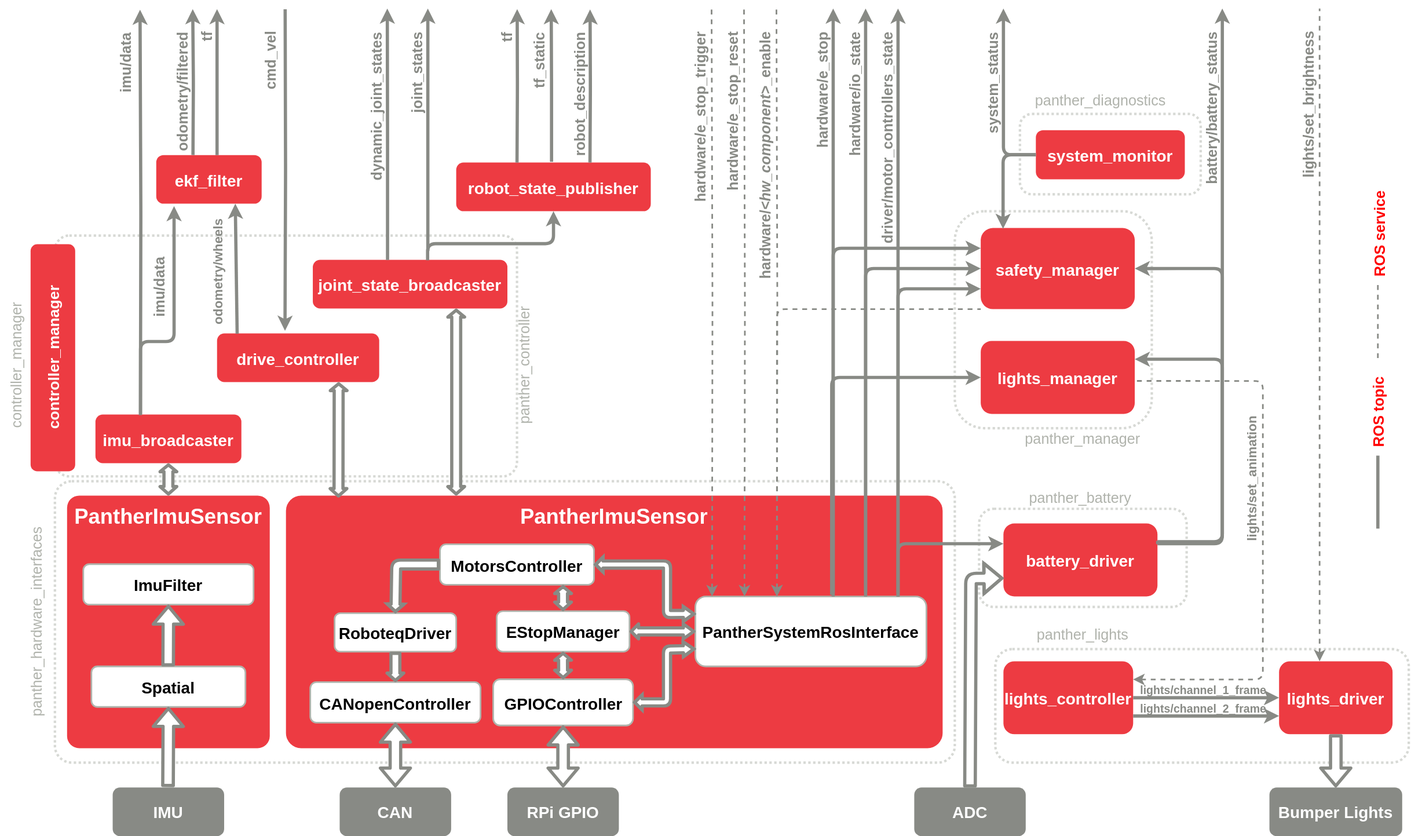
Before: .docs/panther_ros2_api.drawio.svg, a diagram exported from draw.io (husarion/panther_ros). Source tidied: cells renumbered, new cells last; positions are measured from the earlier drawing's top-left corner, leaving out a move shared by most shapes.
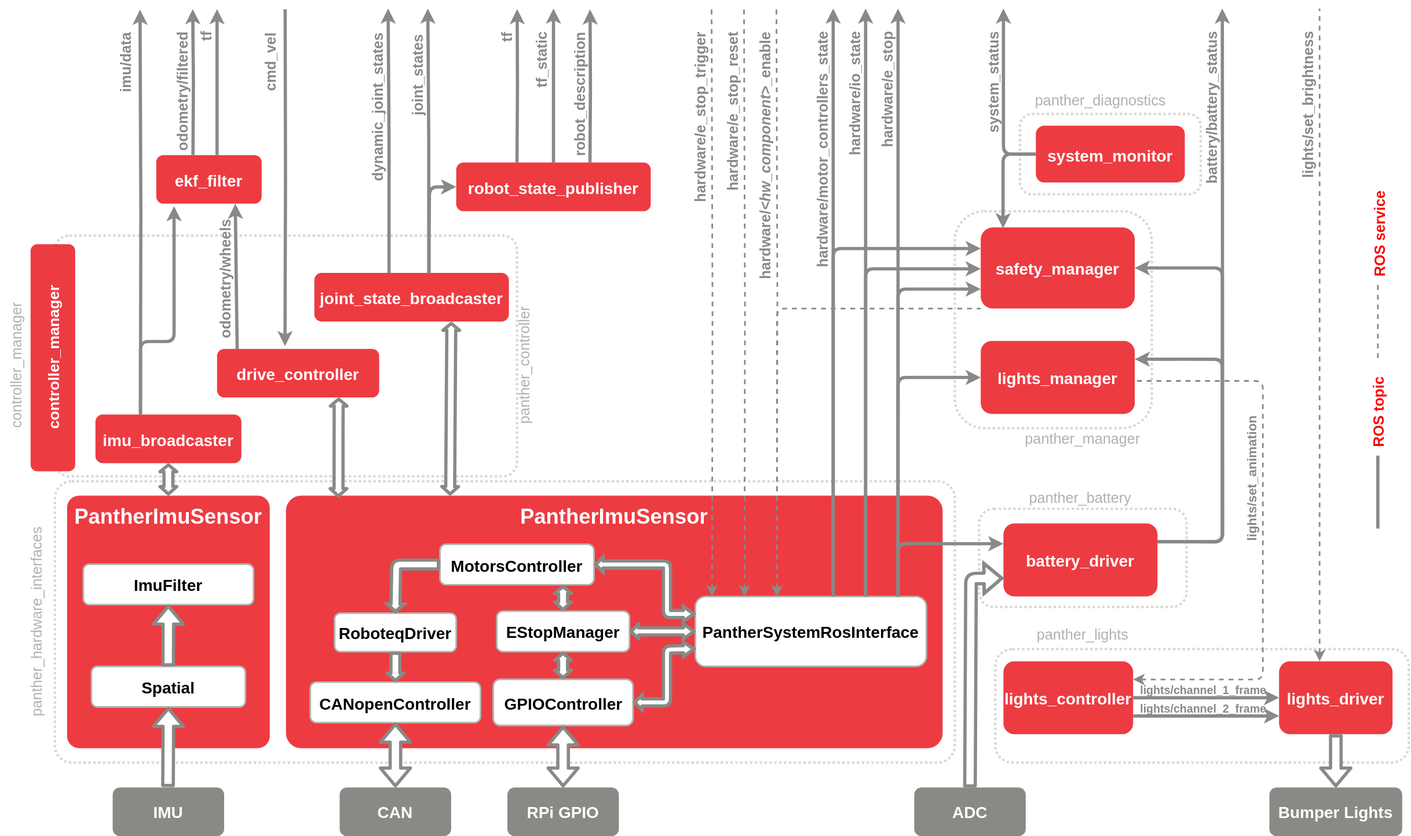
After the commit.

Commit message:
Add last Dawid suggestions

The edit, as a diff of the source:
```diff
@@ -131,10 +131,10 @@
       <mxGeometry x="197" y="500.7" width="180" height="60" as="geometry" />
     </mxCell>
     <mxCell id="37" value="&lt;font style=&quot;font-size: 20px;&quot;&gt;joint_state_broadcaster&lt;/font&gt;" style="rounded=1;whiteSpace=wrap;html=1;strokeColor=none;fillColor=#ed3b42;fontColor=#ffffff;fontSize=19;fontFamily=Helvetica;spacing=2;spacingTop=4;fontStyle=1;" parent="1" vertex="1">
-      <mxGeometry x="465.1" y="310" width="240" height="60" as="geometry" />
+      <mxGeometry x="467" y="326" width="240" height="60" as="geometry" />
     </mxCell>
     <mxCell id="38" value="&lt;font style=&quot;font-size: 20px;&quot;&gt;drive_controller&lt;/font&gt;" style="rounded=1;whiteSpace=wrap;html=1;strokeColor=none;fillColor=#ed3b42;fontColor=#ffffff;fontSize=19;fontFamily=Helvetica;spacing=2;spacingTop=4;fontStyle=1;" parent="1" vertex="1">
-      <mxGeometry x="347" y="400.7" width="200" height="60" as="geometry" />
+      <mxGeometry x="347" y="419.7" width="200" height="60" as="geometry" />
     </mxCell>
     <mxCell id="39" value="&lt;div style=&quot;text-align: left;&quot;&gt;&lt;span style=&quot;background-color: initial;&quot;&gt;controller_manager&lt;/span&gt;&lt;/div&gt;" style="rounded=1;whiteSpace=wrap;html=1;strokeColor=none;fillColor=#ed3b42;fontColor=#FFFFFF;fontSize=19;fontFamily=Helvetica;spacing=2;spacingTop=4;fontStyle=1;direction=north;horizontal=0;" parent="1" vertex="1">
       <mxGeometry x="117" y="290.7" width="55" height="280" as="geometry" />
@@ -148,11 +148,8 @@
     <mxCell id="42" style="shape=flexArrow;endArrow=classic;html=1;rounded=1;strokeColor=#888a85;strokeWidth=4;fontFamily=Helvetica;fontSize=20;fontColor=#ffffff;labelBackgroundColor=default;fillColor=#FFFFFF;startArrow=block;entryX=0.5;entryY=0;entryDx=0;entryDy=0;width=8;startSize=1.5064814814814813;startWidth=5.555555555555555;endWidth=5.555555555555555;endSize=1.7222222222222223;exitX=0.5;exitY=1;exitDx=0;exitDy=0;" parent="1" edge="1" source="36" target="40">
       <mxGeometry relative="1" as="geometry" />
     </mxCell>
-    <mxCell id="43" style="shape=flexArrow;endArrow=classic;html=1;rounded=1;strokeColor=#888a85;strokeWidth=4;fontFamily=Helvetica;fontSize=20;fontColor=#ffffff;labelBackgroundColor=default;fillColor=#FFFFFF;startArrow=block;entryX=0.5;entryY=0;entryDx=0;entryDy=0;width=8;startSize=1.5064814814814813;startWidth=5.555555555555555;endWidth=5.555555555555555;endSize=1.7222222222222223;" parent="1" edge="1">
-      <mxGeometry relative="1" as="geometry">
-        <mxPoint x="642" y="370" as="sourcePoint" />
-        <mxPoint x="642" y="600.7" as="targetPoint" />
-      </mxGeometry>
+    <mxCell id="43" style="shape=flexArrow;endArrow=classic;html=1;rounded=1;strokeColor=#888a85;strokeWidth=4;fontFamily=Helvetica;fontSize=20;fontColor=#ffffff;labelBackgroundColor=default;fillColor=#FFFFFF;startArrow=block;entryX=0.25;entryY=0;entryDx=0;entryDy=0;width=8;startSize=1.5064814814814813;startWidth=5.555555555555555;endWidth=5.555555555555555;endSize=1.7222222222222223;exitX=0.704;exitY=1.006;exitDx=0;exitDy=0;exitPerimeter=0;" parent="1" edge="1" source="37" target="15">
+      <mxGeometry relative="1" as="geometry" />
     </mxCell>
     <mxCell id="44" style="shape=flexArrow;endArrow=classic;html=1;rounded=1;strokeColor=#888a85;strokeWidth=4;fontFamily=Helvetica;fontSize=20;fontColor=#ffffff;labelBackgroundColor=default;fillColor=#FFFFFF;startArrow=block;entryX=0.08;entryY=0.008;entryDx=0;entryDy=0;width=8;startSize=1.5064814814814813;startWidth=5.555555555555555;endWidth=5.555555555555555;endSize=1.7222222222222223;exitX=0.75;exitY=1;exitDx=0;exitDy=0;entryPerimeter=0;" parent="1" edge="1" source="38" target="15">
       <mxGeometry relative="1" as="geometry" />
@@ -182,8 +179,8 @@
         <mxPoint x="252" y="1.4" as="targetPoint" />
       </mxGeometry>
     </mxCell>
-    <mxCell id="51" value="&lt;b&gt;&lt;font style=&quot;font-size: 16px;&quot;&gt;odometry/wheels&lt;/font&gt;&lt;/b&gt;" style="shape=connector;rounded=1;jettySize=auto;html=1;labelBackgroundColor=none;strokeColor=#888a85;strokeWidth=4;fontFamily=Helvetica;fontSize=18;fontColor=#888a85;startArrow=none;startFill=0;endArrow=classic;horizontal=0;entryX=0.75;entryY=1;entryDx=0;entryDy=0;align=left;exitX=0.124;exitY=0.006;exitDx=0;exitDy=0;exitPerimeter=0;" parent="1" edge="1" source="38" target="45">
-      <mxGeometry x="-0.87" y="25" relative="1" as="geometry" />
+    <mxCell id="51" value="&lt;b&gt;&lt;font style=&quot;font-size: 18px;&quot;&gt;odometry/wheels&lt;/font&gt;&lt;/b&gt;" style="shape=connector;rounded=1;jettySize=auto;html=1;labelBackgroundColor=none;strokeColor=#888a85;strokeWidth=4;fontFamily=Helvetica;fontSize=18;fontColor=#888a85;startArrow=none;startFill=0;endArrow=classic;horizontal=0;entryX=0.75;entryY=1;entryDx=0;entryDy=0;align=left;exitX=0.124;exitY=0.006;exitDx=0;exitDy=0;exitPerimeter=0;" parent="1" edge="1" source="38" target="45">
+      <mxGeometry x="-0.86" y="15" relative="1" as="geometry" />
     </mxCell>
     <mxCell id="52" value="&lt;b&gt;odometry/filtered&lt;/b&gt;" style="edgeStyle=orthogonalEdgeStyle;shape=connector;rounded=1;orthogonalLoop=1;jettySize=auto;html=1;labelBackgroundColor=none;strokeColor=#888a85;strokeWidth=4;fontFamily=Helvetica;fontSize=18;fontColor=#888a85;startArrow=none;startFill=0;endArrow=classic;horizontal=0;align=right;exitX=0.5;exitY=0;exitDx=0;exitDy=0;" parent="1" edge="1">
       <mxGeometry x="0.68" y="10" relative="1" as="geometry">
@@ -199,12 +196,8 @@
         </Array>
       </mxGeometry>
     </mxCell>
-    <mxCell id="54" value="&lt;b style=&quot;color: rgb(136, 138, 133); font-size: 18px; text-align: right;&quot;&gt;imu/data&lt;/b&gt;" style="text;html=1;align=center;verticalAlign=middle;strokeColor=none;fillColor=none;horizontal=0;fontSize=13;" parent="1" vertex="1">
-      <mxGeometry x="252" y="299.1" width="50" height="90" as="geometry" />
-    </mxCell>
-    <mxCell id="55" value="&lt;b&gt;joint_states&lt;/b&gt;" style="edgeStyle=orthogonalEdgeStyle;shape=connector;rounded=1;orthogonalLoop=1;jettySize=auto;html=1;labelBackgroundColor=none;strokeColor=#888a85;strokeWidth=4;fontFamily=Helvetica;fontSize=18;fontColor=#888a85;startArrow=none;startFill=0;endArrow=classic;horizontal=0;exitX=0.487;exitY=0.012;exitDx=0;exitDy=0;align=right;exitPerimeter=0;" parent="1" edge="1">
+    <mxCell id="55" value="&lt;b&gt;joint_states&lt;/b&gt;" style="edgeStyle=orthogonalEdgeStyle;shape=connector;rounded=1;jettySize=auto;html=1;labelBackgroundColor=none;strokeColor=#888a85;strokeWidth=4;fontFamily=Helvetica;fontSize=18;fontColor=#888a85;startArrow=none;startFill=0;endArrow=classic;horizontal=0;exitX=0.588;exitY=0.013;exitDx=0;exitDy=0;align=right;exitPerimeter=0;" parent="1" edge="1" source="37">
       <mxGeometry x="0.8" y="10" relative="1" as="geometry">
-        <mxPoint x="607" y="299.1" as="sourcePoint" />
         <mxPoint x="607" as="targetPoint" />
       </mxGeometry>
     </mxCell>
@@ -215,16 +208,16 @@
     </mxCell>
     <mxCell id="57" value="&lt;b&gt;dynamic_joint_states&lt;/b&gt;" style="edgeStyle=orthogonalEdgeStyle;shape=connector;rounded=1;jettySize=auto;html=1;labelBackgroundColor=none;strokeColor=#888a85;strokeWidth=4;fontFamily=Helvetica;fontSize=18;fontColor=#888a85;startArrow=none;startFill=0;endArrow=classic;horizontal=0;exitX=0.384;exitY=0.002;exitDx=0;exitDy=0;align=right;exitPerimeter=0;" parent="1" edge="1" source="37">
       <mxGeometry x="0.81" y="10" relative="1" as="geometry">
-        <mxPoint x="557" as="targetPoint" />
+        <mxPoint x="558" as="targetPoint" />
       </mxGeometry>
     </mxCell>
-    <mxCell id="58" value="&lt;b&gt;driver/motor_controllers_state&lt;/b&gt;" style="edgeStyle=orthogonalEdgeStyle;shape=connector;rounded=1;orthogonalLoop=1;jettySize=auto;html=1;labelBackgroundColor=none;strokeColor=#888a85;strokeWidth=4;fontFamily=Helvetica;fontSize=18;fontColor=#888a85;startArrow=none;startFill=0;endArrow=classic;horizontal=0;exitX=0.332;exitY=-0.027;exitDx=0;exitDy=0;align=right;exitPerimeter=0;" parent="1" edge="1">
+    <mxCell id="58" value="&lt;b style=&quot;text-align: center;&quot;&gt;&amp;nbsp;hardware/e_stop&lt;/b&gt;" style="edgeStyle=orthogonalEdgeStyle;shape=connector;rounded=1;orthogonalLoop=1;jettySize=auto;html=1;labelBackgroundColor=none;strokeColor=#888a85;strokeWidth=4;fontFamily=Helvetica;fontSize=18;fontColor=#888a85;startArrow=none;startFill=0;endArrow=classic;horizontal=0;exitX=0.332;exitY=-0.027;exitDx=0;exitDy=0;align=right;exitPerimeter=0;" parent="1" edge="1">
       <mxGeometry x="0.92" y="10" relative="1" as="geometry">
         <mxPoint x="1187" y="725.1" as="sourcePoint" />
         <mxPoint x="1187" as="targetPoint" />
       </mxGeometry>
     </mxCell>
-    <mxCell id="59" value="&lt;b style=&quot;text-align: center;&quot;&gt;&amp;nbsp;hardware/e_stop&lt;/b&gt;" style="edgeStyle=orthogonalEdgeStyle;shape=connector;rounded=1;orthogonalLoop=1;jettySize=auto;html=1;labelBackgroundColor=none;strokeColor=#888a85;strokeWidth=4;fontFamily=Helvetica;fontSize=18;fontColor=#888a85;startArrow=none;startFill=0;endArrow=classic;horizontal=0;exitX=0.332;exitY=-0.027;exitDx=0;exitDy=0;align=right;exitPerimeter=0;" parent="1" edge="1">
+    <mxCell id="59" value="&lt;b&gt;hardware/motor_controllers_state&lt;/b&gt;" style="edgeStyle=orthogonalEdgeStyle;shape=connector;rounded=1;orthogonalLoop=1;jettySize=auto;html=1;labelBackgroundColor=none;strokeColor=#888a85;strokeWidth=4;fontFamily=Helvetica;fontSize=18;fontColor=#888a85;startArrow=none;startFill=0;endArrow=classic;horizontal=0;exitX=0.332;exitY=-0.027;exitDx=0;exitDy=0;align=right;exitPerimeter=0;" parent="1" edge="1">
       <mxGeometry x="0.92" y="10" relative="1" as="geometry">
         <mxPoint x="1107" y="725.1" as="sourcePoint" />
         <mxPoint x="1107" as="targetPoint" />
@@ -269,9 +262,9 @@
         <mxPoint x="717.2" y="0.7" as="targetPoint" />
       </mxGeometry>
     </mxCell>
-    <mxCell id="67" value="&lt;b&gt;tf_static&lt;/b&gt;" style="edgeStyle=orthogonalEdgeStyle;shape=connector;rounded=1;jettySize=auto;html=1;labelBackgroundColor=none;strokeColor=#888a85;strokeWidth=4;fontFamily=Helvetica;fontSize=18;fontColor=#888a85;startArrow=none;startFill=0;endArrow=classic;horizontal=0;align=right;exitX=0.49;exitY=-0.015;exitDx=0;exitDy=0;exitPerimeter=0;" parent="1" edge="1" source="64">
+    <mxCell id="67" value="&lt;b&gt;tf_static&lt;/b&gt;" style="edgeStyle=orthogonalEdgeStyle;shape=connector;rounded=1;jettySize=auto;html=1;labelBackgroundColor=none;strokeColor=#888a85;strokeWidth=4;fontFamily=Helvetica;fontSize=18;fontColor=#888a85;startArrow=none;startFill=0;endArrow=classic;horizontal=0;align=right;exitX=0.5;exitY=0;exitDx=0;exitDy=0;" parent="1" edge="1" source="64">
       <mxGeometry x="0.68" y="12" relative="1" as="geometry">
-        <mxPoint x="759.2" y="0.7" as="targetPoint" />
+        <mxPoint x="762" as="targetPoint" />
         <mxPoint y="-1" as="offset" />
       </mxGeometry>
     </mxCell>
@@ -281,14 +274,9 @@
         <mxPoint x="347" y="0.7" as="targetPoint" />
       </mxGeometry>
     </mxCell>
-    <mxCell id="69" value="&lt;b style=&quot;text-align: left;&quot;&gt;battery/battery_status&lt;/b&gt;" style="edgeStyle=orthogonalEdgeStyle;shape=connector;rounded=1;orthogonalLoop=1;jettySize=auto;html=1;labelBackgroundColor=none;strokeColor=#888a85;strokeWidth=4;fontFamily=Helvetica;fontSize=18;fontColor=#888a85;startArrow=none;startFill=0;endArrow=classic;horizontal=0;align=right;" parent="1" edge="1">
+    <mxCell id="69" value="&lt;b style=&quot;text-align: left;&quot;&gt;battery/battery_status&lt;/b&gt;" style="edgeStyle=orthogonalEdgeStyle;shape=connector;rounded=1;jettySize=auto;html=1;labelBackgroundColor=none;strokeColor=#888a85;strokeWidth=4;fontFamily=Helvetica;fontSize=18;fontColor=#888a85;startArrow=none;startFill=0;endArrow=classic;horizontal=0;align=right;exitX=1;exitY=0.25;exitDx=0;exitDy=0;" parent="1" edge="1" source="32">
       <mxGeometry x="0.92" y="10" relative="1" as="geometry">
-        <mxPoint x="1507" y="660" as="sourcePoint" />
         <mxPoint x="1587" as="targetPoint" />
-        <Array as="points">
-          <mxPoint x="1507" y="660" />
-          <mxPoint x="1587" y="660" />
-        </Array>
       </mxGeometry>
     </mxCell>
     <mxCell id="70" style="edgeStyle=orthogonalEdgeStyle;shape=connector;rounded=1;jettySize=auto;html=1;labelBackgroundColor=none;strokeColor=#888a85;strokeWidth=4;fontFamily=Helvetica;fontSize=18;fontColor=#888a85;startArrow=none;startFill=0;endArrow=classic;horizontal=0;align=right;jumpStyle=arc;jumpSize=6;" parent="1" edge="1" target="32">
@@ -336,10 +324,10 @@
       </mxGeometry>
     </mxCell>
     <mxCell id="79" value="&lt;font style=&quot;font-size: 20px;&quot;&gt;safety_manager&lt;/font&gt;" style="rounded=1;whiteSpace=wrap;html=1;strokeColor=none;fillColor=#ed3b42;fontColor=#ffffff;fontSize=19;fontFamily=Helvetica;spacing=2;spacingTop=4;fontStyle=1;" parent="1" vertex="1">
-      <mxGeometry x="1289" y="270.7" width="190" height="100" as="geometry" />
+      <mxGeometry x="1289" y="270" width="190" height="100" as="geometry" />
     </mxCell>
     <mxCell id="80" value="&lt;font style=&quot;font-size: 20px;&quot;&gt;system_monitor&lt;/font&gt;" style="rounded=1;whiteSpace=wrap;html=1;strokeColor=none;fillColor=#ed3b42;fontColor=#ffffff;fontSize=19;fontFamily=Helvetica;spacing=2;spacingTop=4;fontStyle=1;" parent="1" vertex="1">
-      <mxGeometry x="1357" y="150" width="183.8" height="60.7" as="geometry" />
+      <mxGeometry x="1357" y="144.6" width="183.8" height="70" as="geometry" />
     </mxCell>
     <mxCell id="81" value="&lt;b&gt;system_status&lt;/b&gt;" style="edgeStyle=orthogonalEdgeStyle;shape=connector;rounded=1;jettySize=auto;html=1;labelBackgroundColor=none;strokeColor=#888a85;strokeWidth=4;fontFamily=Helvetica;fontSize=18;fontColor=#888a85;startArrow=none;startFill=0;endArrow=classic;horizontal=0;align=right;exitX=0;exitY=0.5;exitDx=0;exitDy=0;" parent="1" edge="1" source="80">
       <mxGeometry x="0.73" y="10" relative="1" as="geometry">
@@ -389,19 +377,20 @@
         </Array>
       </mxGeometry>
     </mxCell>
-    <mxCell id="87" style="edgeStyle=orthogonalEdgeStyle;shape=connector;rounded=1;jettySize=auto;html=1;labelBackgroundColor=none;strokeColor=#888a85;strokeWidth=4;fontFamily=Helvetica;fontSize=18;fontColor=#888a85;startArrow=none;startFill=0;endArrow=classic;horizontal=1;align=left;exitX=0.991;exitY=0.26;exitDx=0;exitDy=0;exitPerimeter=0;entryX=1;entryY=0.5;entryDx=0;entryDy=0;fontStyle=1;" parent="1" edge="1" source="32" target="79">
+    <mxCell id="87" style="edgeStyle=orthogonalEdgeStyle;shape=connector;rounded=1;jettySize=auto;html=1;labelBackgroundColor=none;strokeColor=#888a85;strokeWidth=4;fontFamily=Helvetica;fontSize=18;fontColor=#888a85;startArrow=none;startFill=0;endArrow=classic;horizontal=1;align=left;exitX=1;exitY=0.25;exitDx=0;exitDy=0;entryX=1;entryY=0.5;entryDx=0;entryDy=0;fontStyle=1;" parent="1" edge="1" source="32" target="79">
       <mxGeometry x="-0.1" y="-22" relative="1" as="geometry">
         <Array as="points">
-          <mxPoint x="1587" y="659" />
-          <mxPoint x="1587" y="320" />
+          <mxPoint x="1543" y="658" />
+          <mxPoint x="1587" y="658" />
+          <mxPoint x="1587" y="321" />
         </Array>
       </mxGeometry>
     </mxCell>
-    <mxCell id="88" style="edgeStyle=orthogonalEdgeStyle;shape=connector;rounded=1;jettySize=auto;html=1;labelBackgroundColor=none;strokeColor=#888a85;strokeWidth=4;fontFamily=Helvetica;fontSize=18;fontColor=#888a85;startArrow=none;startFill=0;endArrow=classic;horizontal=0;exitX=0.59;exitY=0.007;exitDx=0;exitDy=0;align=right;exitPerimeter=0;entryX=0.5;entryY=1;entryDx=0;entryDy=0;" parent="1" edge="1" source="37" target="64">
+    <mxCell id="88" style="edgeStyle=orthogonalEdgeStyle;shape=connector;rounded=1;jettySize=auto;html=1;labelBackgroundColor=none;strokeColor=#888a85;strokeWidth=4;fontFamily=Helvetica;fontSize=18;fontColor=#888a85;startArrow=none;startFill=0;endArrow=classic;horizontal=0;exitX=0.59;exitY=0.007;exitDx=0;exitDy=0;align=right;exitPerimeter=0;entryX=0;entryY=0.5;entryDx=0;entryDy=0;jumpSize=6;" parent="1" edge="1" source="37" target="64">
       <mxGeometry x="0.8" y="20" relative="1" as="geometry">
         <Array as="points">
-          <mxPoint x="607" y="290" />
-          <mxPoint x="762" y="290" />
+          <mxPoint x="609" y="290" />
+          <mxPoint x="609" y="220" />
         </Array>
       </mxGeometry>
     </mxCell>
@@ -425,7 +414,7 @@
     <mxCell id="91" value="&lt;font style=&quot;font-size: 20px;&quot;&gt;lights_manager&lt;/font&gt;" style="rounded=1;whiteSpace=wrap;html=1;strokeColor=none;fillColor=#ed3b42;fontColor=#ffffff;fontSize=19;fontFamily=Helvetica;spacing=2;spacingTop=4;fontStyle=1;" parent="1" vertex="1">
       <mxGeometry x="1289" y="410" width="190" height="90" as="geometry" />
     </mxCell>
-    <mxCell id="92" style="edgeStyle=orthogonalEdgeStyle;shape=connector;rounded=1;jettySize=auto;html=1;labelBackgroundColor=none;strokeColor=#888a85;strokeWidth=4;fontFamily=Helvetica;fontSize=18;fontColor=#888a85;startArrow=none;startFill=0;endArrow=classic;horizontal=1;align=left;exitX=1;exitY=0.25;exitDx=0;exitDy=0;entryX=1;entryY=0.25;entryDx=0;entryDy=0;fontStyle=1;" parent="1" edge="1" source="32" target="91">
+    <mxCell id="92" style="edgeStyle=orthogonalEdgeStyle;shape=connector;rounded=1;jettySize=auto;html=1;labelBackgroundColor=none;strokeColor=#888a85;strokeWidth=4;fontFamily=Helvetica;fontSize=18;fontColor=#888a85;startArrow=none;startFill=0;endArrow=classic;horizontal=1;align=left;entryX=1;entryY=0.25;entryDx=0;entryDy=0;fontStyle=1;exitX=1;exitY=0.25;exitDx=0;exitDy=0;" parent="1" edge="1" source="32" target="91">
       <mxGeometry x="-0.1" y="-22" relative="1" as="geometry">
         <Array as="points">
           <mxPoint x="1587" y="658" />
@@ -433,10 +422,12 @@
         </Array>
       </mxGeometry>
     </mxCell>
-    <mxCell id="93" style="edgeStyle=orthogonalEdgeStyle;shape=connector;rounded=1;jettySize=auto;html=1;labelBackgroundColor=none;strokeColor=#888a85;strokeWidth=4;fontFamily=Helvetica;fontSize=18;fontColor=#888a85;startArrow=none;startFill=0;endArrow=classic;horizontal=0;align=right;entryX=0;entryY=0.5;entryDx=0;entryDy=0;exitX=0.59;exitY=-0.023;exitDx=0;exitDy=0;exitPerimeter=0;" parent="1" edge="1" source="16" target="91">
+    <mxCell id="93" style="edgeStyle=orthogonalEdgeStyle;shape=connector;rounded=1;jettySize=auto;html=1;labelBackgroundColor=none;strokeColor=#888a85;strokeWidth=4;fontFamily=Helvetica;fontSize=18;fontColor=#888a85;startArrow=none;startFill=0;endArrow=classic;horizontal=0;align=right;entryX=0;entryY=0.5;entryDx=0;entryDy=0;exitX=0.876;exitY=0.004;exitDx=0;exitDy=0;exitPerimeter=0;" parent="1" edge="1" source="16" target="91">
       <mxGeometry x="0.95" y="20" relative="1" as="geometry">
         <Array as="points">
-          <mxPoint x="1105" y="455" />
+          <mxPoint x="1187" y="723" />
+          <mxPoint x="1187" y="723" />
+          <mxPoint x="1187" y="455" />
         </Array>
       </mxGeometry>
     </mxCell>
```
